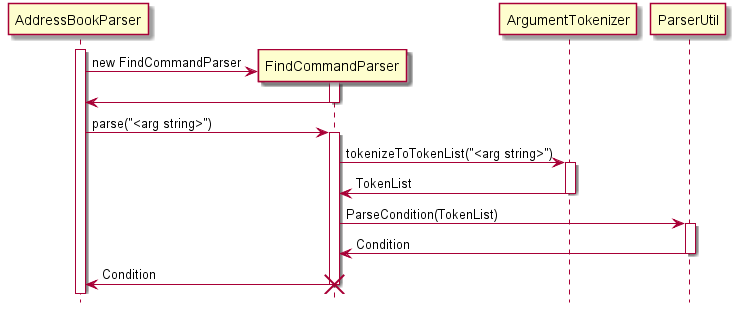
This is docs/images/FindCommandSequence.png from ewaldhew/addressbook-level4, a PlantUML export, as it was before one commit. Its diagram source:
```plantuml
@startuml
hide footbox
participant AddressBookParser

activate AddressBookParser

create FindCommandParser
AddressBookParser -> FindCommandParser : new FindCommandParser
activate FindCommandParser
FindCommandParser -> AddressBookParser
deactivate

AddressBookParser -> FindCommandParser : parse("<arg string>")
activate FindCommandParser

FindCommandParser -> ArgumentTokenizer : tokenizeToTokenList("<arg string>")
activate ArgumentTokenizer

ArgumentTokenizer -> FindCommandParser : TokenList
deactivate ArgumentTokenizer

FindCommandParser -> ParserUtil : ParseCondition(TokenList)
activate ParserUtil

ParserUtil -> FindCommandParser : Condition
deactivate ParserUtil

FindCommandParser -> AddressBookParser : Condition
deactivate FindCommandParser

destroy FindCommandParser

@enduml
```
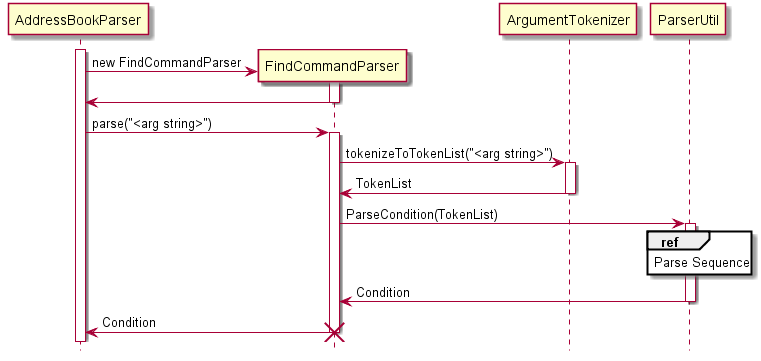
After the change.

The edit, as a diff of the source:
```diff
@@ -22,6 +22,8 @@
 FindCommandParser -> ParserUtil : ParseCondition(TokenList)
 activate ParserUtil
 
+ref over ParserUtil : Parse Sequence
+
 ParserUtil -> FindCommandParser : Condition
 deactivate ParserUtil
 
```
